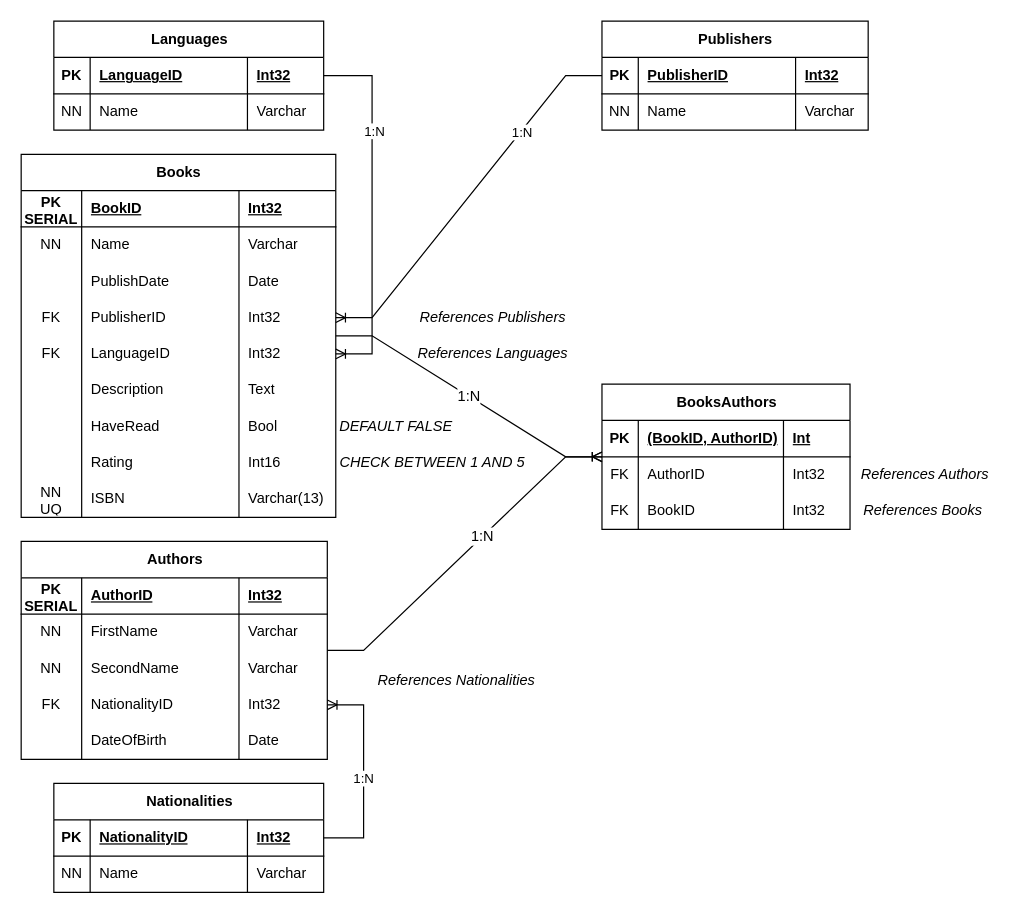
The draw.io diagram navrhy/DB navrh - elektlabs.drawio in MatyasBalcar/elektlabs-staz, before the edit. Source tidied: cells renumbered, new cells numbered last; positions are measured from the earlier drawing's top-left corner, leaving out a move shared by most shapes. Both pictures are drawn from the tidied source at 121%, with x=0, y=0 at pixel (21, 21).
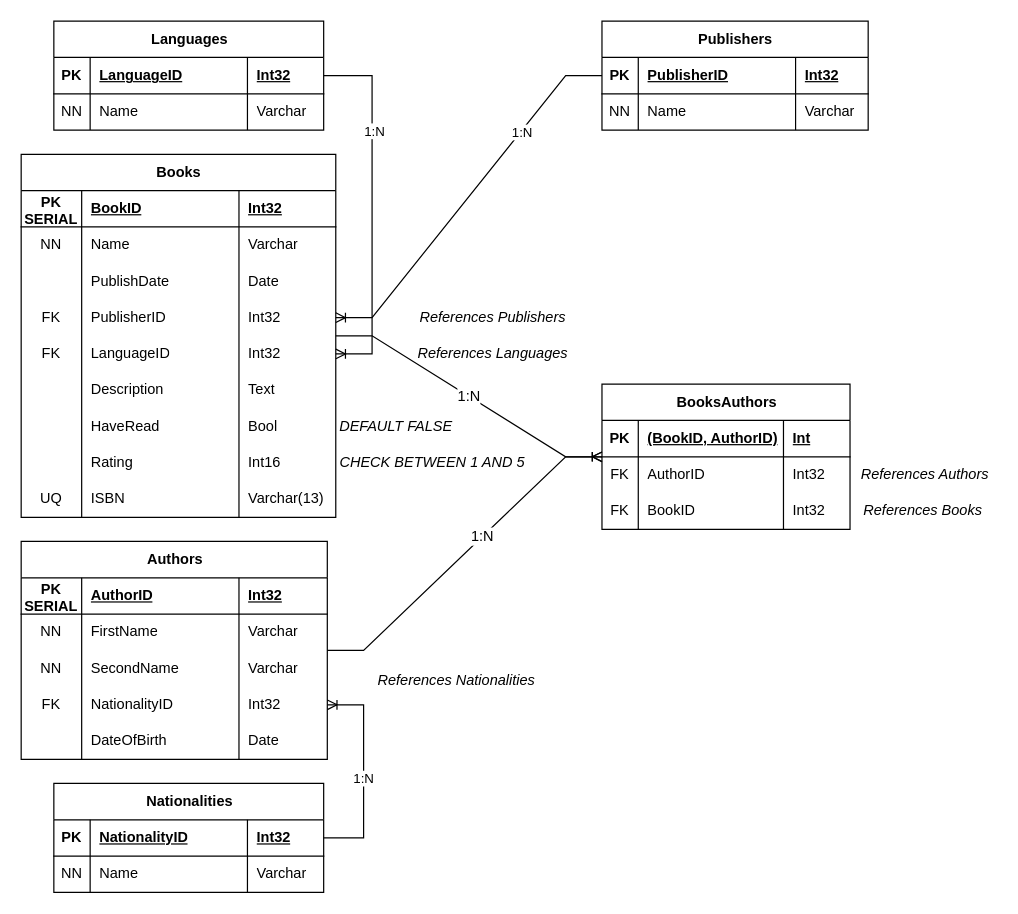
The same page after the edit.

Unchanged cells that the change refers to:
```xml
<mxCell id="35" style="shape=tableRow;horizontal=0;startSize=0;swimlaneHead=0;swimlaneBody=0;fillColor=none;top=0;left=0;right=0;bottom=0;rounded=0;" parent="2" vertex="1">
  <mxGeometry y="270" width="260" height="30" as="geometry" />
</mxCell>
```

Diff of the diagram source:
```diff
@@
-    <mxCell id="36" value="NN&lt;div&gt;UQ&lt;/div&gt;" style="shape=partialRectangle;fillColor=none;top=0;left=0;bottom=0;right=0;overflow=hidden;whiteSpace=wrap;html=1;rounded=0;" parent="35" vertex="1">
+    <mxCell id="36" value="&lt;div&gt;UQ&lt;/div&gt;" style="shape=partialRectangle;fillColor=none;top=0;left=0;bottom=0;right=0;overflow=hidden;whiteSpace=wrap;html=1;rounded=0;" parent="35" vertex="1">
       <mxGeometry width="50" height="30" as="geometry" />
     </mxCell>
```
